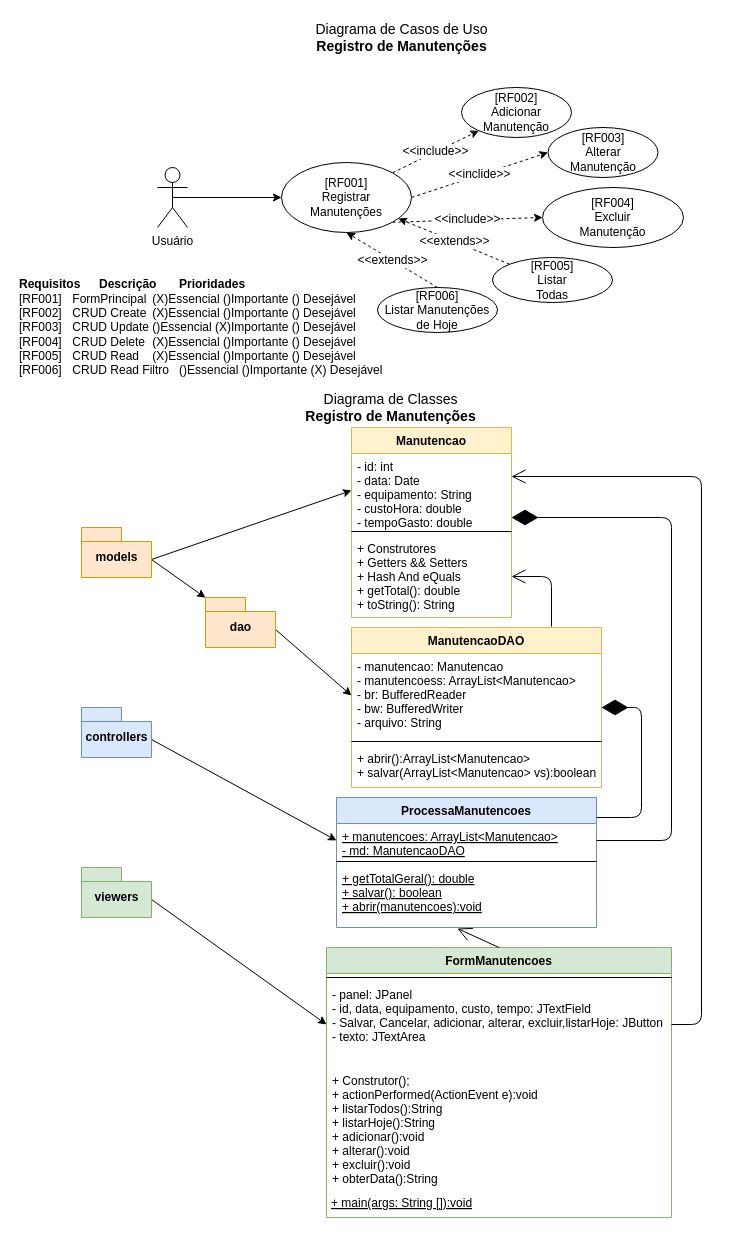
Before: 1des/fpoo/Aula/21/docsTemas/projetoManutencoes.drawio in wellifabio/senai2021, a draw.io diagram. Source tidied: cells renumbered, new cells numbered last; positions are measured from the earlier drawing's top-left corner, leaving out a move shared by most shapes. Both pictures are drawn from the tidied source at 100%, with x=0, y=0 at pixel (17, 17).
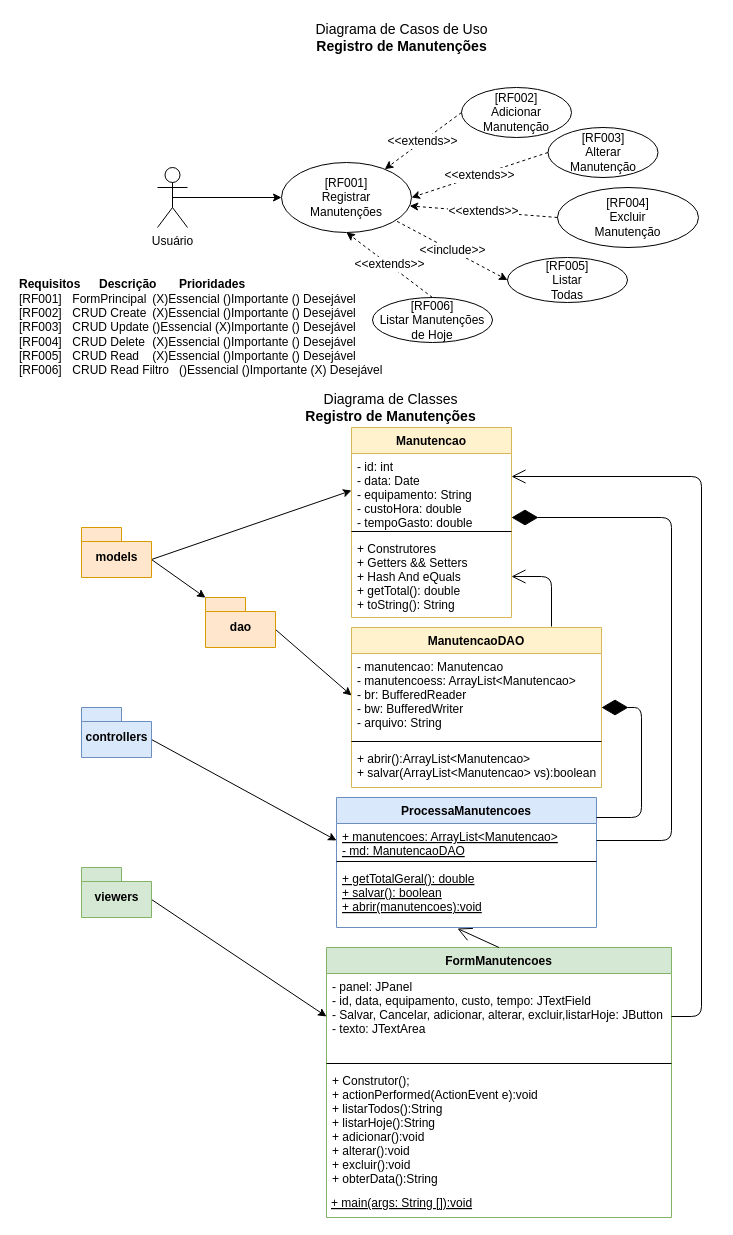
The same page after the edit.

The change refers to these unchanged cells:
```xml
<mxCell id="4" value="- id: int&#10;- data: Date&#10;- equipamento: String&#10;- custoHora: double&#10;- tempoGasto: double" style="text;strokeColor=none;fillColor=none;align=left;verticalAlign=top;spacingLeft=4;spacingRight=4;overflow=hidden;points=[[0,0.5],[1,0.5]];portConstraint=eastwest;" parent="3" vertex="1">
  <mxGeometry y="26" width="160" height="74" as="geometry" />
</mxCell>
<mxCell id="17" value="FormManutencoes" style="swimlane;fontStyle=1;align=center;verticalAlign=top;horizontal=1;startSize=26;fillColor=#d5e8d4;strokeColor=#82b366;" parent="1" vertex="1">
  <mxGeometry x="309" y="930" width="345" height="270" as="geometry" />
</mxCell>
<mxCell id="32" value="[RF001]&lt;br&gt;Registrar&lt;br&gt;Manutenções" style="ellipse;whiteSpace=wrap;html=1;fontSize=12;align=center;" parent="1" vertex="1">
  <mxGeometry x="264" y="145" width="130" height="70" as="geometry" />
</mxCell>
<mxCell id="33" value="[RF002]&lt;br&gt;Adicionar Manutenção" style="ellipse;whiteSpace=wrap;html=1;fontSize=12;align=center;" parent="1" vertex="1">
  <mxGeometry x="444" y="70" width="110" height="50" as="geometry" />
</mxCell>
<mxCell id="35" value="[RF003]&lt;br&gt;Alterar&lt;br&gt;Manutenção" style="ellipse;whiteSpace=wrap;html=1;fontSize=12;align=center;" parent="1" vertex="1">
  <mxGeometry x="530.5" y="110" width="110" height="50" as="geometry" />
</mxCell>
```

Change to the diagram source:
```diff
@@
+    <mxCell id="19" value="&#9;- panel: JPanel&#10;- id, data, equipamento, custo, tempo: JTextField&#10;- Salvar, Cancelar, adicionar, alterar, excluir,listarHoje: JButton&#10;- texto: JTextArea" style="text;strokeColor=none;fillColor=none;align=left;verticalAlign=top;spacingLeft=4;spacingRight=4;overflow=hidden;points=[[0,0.5],[1,0.5]];portConstraint=eastwest;fontStyle=0;" parent="17" vertex="1">
+      <mxGeometry y="26" width="345" height="86" as="geometry" />
+    </mxCell>
     <mxCell id="18" style="line;strokeWidth=1;fillColor=none;align=left;verticalAlign=middle;spacingTop=-1;spacingLeft=3;spacingRight=3;labelPosition=right;" parent="17" vertex="1">
-      <mxGeometry y="26" width="345" height="8" as="geometry" />
+      <mxGeometry y="112" width="345" height="8" as="geometry" />
     </mxCell>
-    <mxCell id="19" value="&#9;- panel: JPanel&#10;- id, data, equipamento, custo, tempo: JTextField&#10;- Salvar, Cancelar, adicionar, alterar, excluir,listarHoje: JButton&#10;- texto: JTextArea" style="text;strokeColor=none;fillColor=none;align=left;verticalAlign=top;spacingLeft=4;spacingRight=4;overflow=hidden;points=[[0,0.5],[1,0.5]];portConstraint=eastwest;fontStyle=0;" parent="17" vertex="1">
-      <mxGeometry y="34" width="345" height="86" as="geometry" />
-    </mxCell>
@@
     <mxCell id="25" style="endArrow=open;endFill=1;endSize=12;html=1;exitX=1;exitY=0.5;exitDx=0;exitDy=0;edgeStyle=orthogonalEdgeStyle;" parent="1" edge="1" source="19" target="4">
       <mxGeometry relative="1" as="geometry">
         <Array as="points">
-          <mxPoint x="684" y="1007" />
+          <mxPoint x="684" y="999" />
           <mxPoint x="684" y="459" />
         </Array>
       </mxGeometry>
     </mxCell>
@@
-    <mxCell id="29" value="&amp;lt;&amp;lt;include&amp;gt;&amp;gt;" style="edgeStyle=none;rounded=0;jettySize=auto;html=1;exitX=1;exitY=0;exitDx=0;exitDy=0;fontSize=12;dashed=1;" parent="1" edge="1" source="32" target="33">
+    <mxCell id="29" value="&amp;lt;&amp;lt;include&amp;gt;&amp;gt;" style="edgeStyle=none;rounded=0;jettySize=auto;html=1;exitX=0.889;exitY=0.841;exitDx=0;exitDy=0;fontSize=12;dashed=1;exitPerimeter=0;entryX=0;entryY=0.5;entryDx=0;entryDy=0;" parent="1" edge="1" source="32" target="37">
       <mxGeometry relative="1" as="geometry" />
     </mxCell>
-    <mxCell id="30" value="&amp;lt;&amp;lt;inclide&amp;gt;&amp;gt;" style="edgeStyle=none;rounded=0;jettySize=auto;html=1;exitX=1;exitY=0.5;exitDx=0;exitDy=0;entryX=0;entryY=0.5;entryDx=0;entryDy=0;fontSize=12;dashed=1;" parent="1" edge="1" source="32" target="35">
-      <mxGeometry relative="1" as="geometry" />
-    </mxCell>
-    <mxCell id="31" value="&amp;lt;&amp;lt;include&amp;gt;&amp;gt;" style="edgeStyle=none;rounded=0;jettySize=auto;html=1;exitX=1;exitY=1;exitDx=0;exitDy=0;entryX=0;entryY=0.5;entryDx=0;entryDy=0;dashed=1;fontSize=12;" parent="1" edge="1" source="32" target="34">
-      <mxGeometry relative="1" as="geometry" />
-    </mxCell>
@@
     <mxCell id="34" value="[RF004]&lt;br&gt;Excluir&lt;br&gt;Manutenção" style="ellipse;whiteSpace=wrap;html=1;fontSize=12;align=center;" parent="1" vertex="1">
-      <mxGeometry x="525" y="170" width="141" height="60" as="geometry" />
+      <mxGeometry x="540" y="170" width="141" height="60" as="geometry" />
     </mxCell>
@@
-    <mxCell id="36" value="&amp;lt;&amp;lt;extends&amp;gt;&amp;gt;" style="edgeStyle=none;rounded=0;jettySize=auto;html=1;exitX=0;exitY=0;exitDx=0;exitDy=0;dashed=1;fontSize=12;" parent="1" edge="1" source="37" target="32">
+    <mxCell id="36" value="&amp;lt;&amp;lt;extends&amp;gt;&amp;gt;" style="edgeStyle=none;rounded=0;jettySize=auto;html=1;exitX=0;exitY=0.5;exitDx=0;exitDy=0;dashed=1;fontSize=12;" parent="1" edge="1" source="33" target="32">
       <mxGeometry relative="1" as="geometry" />
     </mxCell>
     <mxCell id="37" value="[RF005]&lt;br&gt;Listar&lt;br&gt;Todas" style="ellipse;whiteSpace=wrap;html=1;fontSize=12;align=center;" parent="1" vertex="1">
-      <mxGeometry x="475" y="240" width="120" height="45" as="geometry" />
+      <mxGeometry x="490" y="240" width="120" height="45" as="geometry" />
     </mxCell>
     <mxCell id="38" value="[RF006]&lt;br&gt;Listar Manutenções de Hoje" style="ellipse;whiteSpace=wrap;html=1;fontSize=12;align=center;" parent="1" vertex="1">
-      <mxGeometry x="360" y="270" width="120" height="45" as="geometry" />
+      <mxGeometry x="355" y="280" width="120" height="45" as="geometry" />
     </mxCell>
@@
+    <mxCell id="49" value="&amp;lt;&amp;lt;extends&amp;gt;&amp;gt;" style="edgeStyle=none;rounded=0;jettySize=auto;html=1;exitX=0;exitY=0.5;exitDx=0;exitDy=0;dashed=1;fontSize=12;entryX=1;entryY=0.5;entryDx=0;entryDy=0;" parent="1" edge="1" source="35" target="32">
+      <mxGeometry relative="1" as="geometry" />
+    </mxCell>
+    <mxCell id="50" value="&amp;lt;&amp;lt;extends&amp;gt;&amp;gt;" style="edgeStyle=none;rounded=0;jettySize=auto;html=1;exitX=0;exitY=0.5;exitDx=0;exitDy=0;dashed=1;fontSize=12;entryX=0.986;entryY=0.62;entryDx=0;entryDy=0;entryPerimeter=0;" parent="1" edge="1" source="34" target="32">
+      <mxGeometry relative="1" as="geometry" />
+    </mxCell>
```
